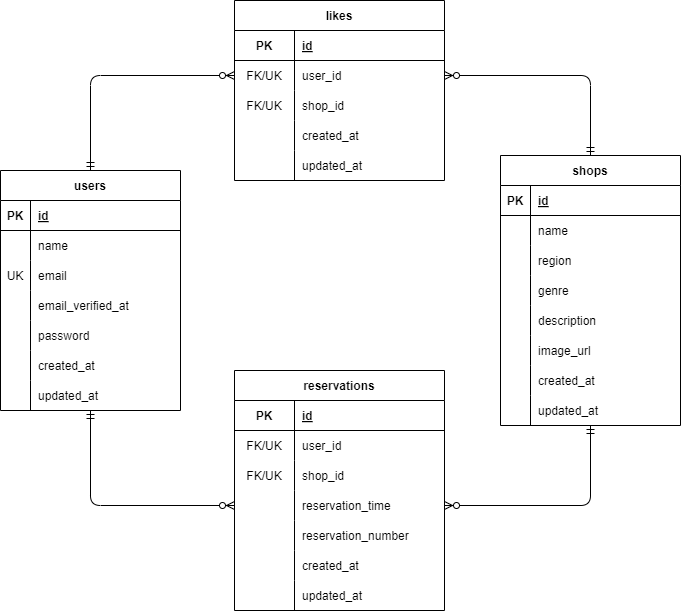
This is ER.png from fukuda983667/Rese-front, a draw.io export, as it was before one commit. Source tidied: cells renumbered, new cells last; positions are measured from the earlier drawing's top-left corner, leaving out a move shared by most shapes.
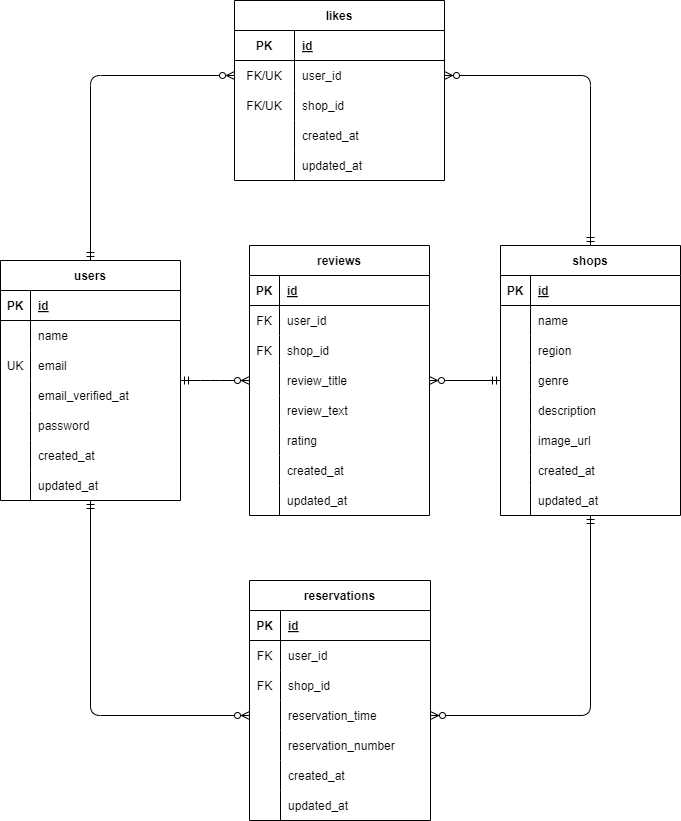
Later version of the same file.

The edit, as a diff of the source:
```diff
@@ -78,7 +78,7 @@
       <mxGeometry x="30" width="150" height="30" as="geometry" />
     </mxCell>
     <mxCell id="27" value="likes" style="shape=table;startSize=30;rowLines=0;fontStyle=1;align=center;" parent="1" vertex="1">
-      <mxGeometry x="234" width="210" height="180" as="geometry" />
+      <mxGeometry x="234" y="-90" width="210" height="180" as="geometry" />
     </mxCell>
     <mxCell id="28" style="shape=tableRow;horizontal=0;startSize=0;swimlaneHead=0;swimlaneBody=0;fillColor=none;top=0;left=0;right=0;bottom=1;" parent="27" vertex="1">
       <mxGeometry y="30" width="210" height="30" as="geometry" />
@@ -192,89 +192,89 @@
       <mxGeometry x="30" width="150" height="30" as="geometry" />
     </mxCell>
     <mxCell id="65" value="reservations" style="shape=table;startSize=30;rowLines=0;fontStyle=1;align=center;" parent="1" vertex="1">
-      <mxGeometry x="234" y="370" width="210" height="240" as="geometry" />
+      <mxGeometry x="249" y="490" width="181" height="240" as="geometry" />
     </mxCell>
     <mxCell id="66" style="shape=tableRow;horizontal=0;startSize=0;swimlaneHead=0;swimlaneBody=0;fillColor=none;top=0;left=0;right=0;bottom=1;" parent="65" vertex="1">
-      <mxGeometry y="30" width="210" height="30" as="geometry" />
+      <mxGeometry y="30" width="181" height="30" as="geometry" />
     </mxCell>
     <mxCell id="67" value="PK" style="shape=partialRectangle;fillColor=none;top=0;left=0;bottom=0;right=0;fontStyle=1;overflow=hidden;" parent="66" vertex="1">
-      <mxGeometry width="60" height="30" as="geometry" />
+      <mxGeometry width="31" height="30" as="geometry" />
     </mxCell>
     <mxCell id="68" value="id" style="shape=partialRectangle;fillColor=none;top=0;left=0;bottom=0;right=0;align=left;spacingLeft=6;fontStyle=5;overflow=hidden;" parent="66" vertex="1">
-      <mxGeometry x="60" width="150" height="30" as="geometry" />
+      <mxGeometry x="31" width="150" height="30" as="geometry" />
     </mxCell>
     <mxCell id="69" style="shape=tableRow;horizontal=0;startSize=0;swimlaneHead=0;swimlaneBody=0;fillColor=none;top=0;left=0;right=0;bottom=0;" parent="65" vertex="1">
-      <mxGeometry y="60" width="210" height="30" as="geometry" />
+      <mxGeometry y="60" width="181" height="30" as="geometry" />
     </mxCell>
-    <mxCell id="70" value="FK/UK" style="shape=partialRectangle;fillColor=none;top=0;left=0;bottom=0;right=0;overflow=hidden;fontSize=12;" parent="69" vertex="1">
-      <mxGeometry width="60" height="30" as="geometry" />
+    <mxCell id="70" value="FK" style="shape=partialRectangle;fillColor=none;top=0;left=0;bottom=0;right=0;overflow=hidden;fontSize=12;" parent="69" vertex="1">
+      <mxGeometry width="31" height="30" as="geometry" />
     </mxCell>
     <mxCell id="71" value="user_id" style="shape=partialRectangle;fillColor=none;top=0;left=0;bottom=0;right=0;align=left;spacingLeft=6;overflow=hidden;" parent="69" vertex="1">
-      <mxGeometry x="60" width="150" height="30" as="geometry" />
+      <mxGeometry x="31" width="150" height="30" as="geometry" />
     </mxCell>
     <mxCell id="72" style="shape=tableRow;horizontal=0;startSize=0;swimlaneHead=0;swimlaneBody=0;fillColor=none;top=0;left=0;right=0;bottom=0;" parent="65" vertex="1">
-      <mxGeometry y="90" width="210" height="30" as="geometry" />
+      <mxGeometry y="90" width="181" height="30" as="geometry" />
     </mxCell>
-    <mxCell id="73" value="FK/UK" style="shape=partialRectangle;fillColor=none;top=0;left=0;bottom=0;right=0;overflow=hidden;fontSize=12;" parent="72" vertex="1">
-      <mxGeometry width="60" height="30" as="geometry" />
+    <mxCell id="73" value="FK" style="shape=partialRectangle;fillColor=none;top=0;left=0;bottom=0;right=0;overflow=hidden;fontSize=12;" parent="72" vertex="1">
+      <mxGeometry width="31" height="30" as="geometry" />
     </mxCell>
     <mxCell id="74" value="shop_id" style="shape=partialRectangle;fillColor=none;top=0;left=0;bottom=0;right=0;align=left;spacingLeft=6;overflow=hidden;" parent="72" vertex="1">
-      <mxGeometry x="60" width="150" height="30" as="geometry" />
+      <mxGeometry x="31" width="150" height="30" as="geometry" />
     </mxCell>
     <mxCell id="75" style="shape=tableRow;horizontal=0;startSize=0;swimlaneHead=0;swimlaneBody=0;fillColor=none;points=[[0,0.5],[1,0.5]];portConstraint=eastwest;top=0;left=0;right=0;bottom=0;" parent="65" vertex="1">
-      <mxGeometry y="120" width="210" height="30" as="geometry" />
+      <mxGeometry y="120" width="181" height="30" as="geometry" />
     </mxCell>
     <mxCell id="76" style="shape=partialRectangle;fillColor=none;top=0;left=0;bottom=0;right=0;overflow=hidden;fontSize=8;" parent="75" vertex="1">
-      <mxGeometry width="60" height="30" as="geometry" />
+      <mxGeometry width="31" height="30" as="geometry" />
     </mxCell>
     <mxCell id="77" value="reservation_time" style="shape=partialRectangle;fillColor=none;top=0;left=0;bottom=0;right=0;align=left;spacingLeft=6;overflow=hidden;" parent="75" vertex="1">
-      <mxGeometry x="60" width="150" height="30" as="geometry" />
+      <mxGeometry x="31" width="150" height="30" as="geometry" />
     </mxCell>
     <mxCell id="78" style="shape=tableRow;horizontal=0;startSize=0;swimlaneHead=0;swimlaneBody=0;fillColor=none;top=0;left=0;right=0;bottom=0;" parent="65" vertex="1">
-      <mxGeometry y="150" width="210" height="30" as="geometry" />
+      <mxGeometry y="150" width="181" height="30" as="geometry" />
     </mxCell>
     <mxCell id="79" style="shape=partialRectangle;fillColor=none;top=0;left=0;bottom=0;right=0;overflow=hidden;fontSize=8;" parent="78" vertex="1">
-      <mxGeometry width="60" height="30" as="geometry" />
+      <mxGeometry width="31" height="30" as="geometry" />
     </mxCell>
     <mxCell id="80" value="reservation_number" style="shape=partialRectangle;fillColor=none;top=0;left=0;bottom=0;right=0;align=left;spacingLeft=6;overflow=hidden;" parent="78" vertex="1">
-      <mxGeometry x="60" width="150" height="30" as="geometry" />
+      <mxGeometry x="31" width="150" height="30" as="geometry" />
     </mxCell>
     <mxCell id="81" style="shape=tableRow;horizontal=0;startSize=0;swimlaneHead=0;swimlaneBody=0;fillColor=none;top=0;left=0;right=0;bottom=0;" parent="65" vertex="1">
-      <mxGeometry y="180" width="210" height="30" as="geometry" />
+      <mxGeometry y="180" width="181" height="30" as="geometry" />
     </mxCell>
     <mxCell id="82" style="shape=partialRectangle;fillColor=none;top=0;left=0;bottom=0;right=0;overflow=hidden;" parent="81" vertex="1">
-      <mxGeometry width="60" height="30" as="geometry" />
+      <mxGeometry width="31" height="30" as="geometry" />
     </mxCell>
     <mxCell id="83" value="created_at" style="shape=partialRectangle;fillColor=none;top=0;left=0;bottom=0;right=0;align=left;spacingLeft=6;overflow=hidden;" parent="81" vertex="1">
-      <mxGeometry x="60" width="150" height="30" as="geometry" />
+      <mxGeometry x="31" width="150" height="30" as="geometry" />
     </mxCell>
     <mxCell id="84" style="shape=tableRow;horizontal=0;startSize=0;swimlaneHead=0;swimlaneBody=0;fillColor=none;top=0;left=0;right=0;bottom=0;" parent="65" vertex="1">
-      <mxGeometry y="210" width="210" height="30" as="geometry" />
+      <mxGeometry y="210" width="181" height="30" as="geometry" />
     </mxCell>
     <mxCell id="85" style="shape=partialRectangle;fillColor=none;top=0;left=0;bottom=0;right=0;overflow=hidden;" parent="84" vertex="1">
-      <mxGeometry width="60" height="30" as="geometry" />
+      <mxGeometry width="31" height="30" as="geometry" />
     </mxCell>
     <mxCell id="86" value="updated_at" style="shape=partialRectangle;fillColor=none;top=0;left=0;bottom=0;right=0;align=left;spacingLeft=6;overflow=hidden;" parent="84" vertex="1">
-      <mxGeometry x="60" width="150" height="30" as="geometry" />
+      <mxGeometry x="31" width="150" height="30" as="geometry" />
     </mxCell>
     <mxCell id="87" style="fontSize=12;html=1;endArrow=ERzeroToMany;startArrow=ERmandOne;elbow=vertical;entryX=0;entryY=0.5;entryDx=0;entryDy=0;exitX=0.5;exitY=0;exitDx=0;exitDy=0;" parent="1" edge="1" source="43" target="31">
       <mxGeometry relative="1" as="geometry">
         <Array as="points">
-          <mxPoint x="90" y="75" />
+          <mxPoint x="90" y="-15" />
         </Array>
       </mxGeometry>
     </mxCell>
     <mxCell id="88" style="fontSize=12;html=1;endArrow=ERzeroToMany;startArrow=ERmandOne;elbow=vertical;entryX=1;entryY=0.5;entryDx=0;entryDy=0;exitX=0.5;exitY=0;exitDx=0;exitDy=0;" parent="1" edge="1" source="2" target="31">
       <mxGeometry relative="1" as="geometry">
         <Array as="points">
-          <mxPoint x="590" y="75" />
+          <mxPoint x="590" y="-15" />
         </Array>
       </mxGeometry>
     </mxCell>
     <mxCell id="89" style="fontSize=12;html=1;endArrow=ERzeroToMany;startArrow=ERmandOne;elbow=vertical;entryX=1;entryY=0.5;entryDx=0;entryDy=0;" parent="1" edge="1" source="24" target="75">
       <mxGeometry relative="1" as="geometry">
         <Array as="points">
-          <mxPoint x="590" y="505" />
+          <mxPoint x="590" y="625" />
         </Array>
       </mxGeometry>
     </mxCell>
@@ -282,9 +282,95 @@
       <mxGeometry relative="1" as="geometry">
         <mxPoint x="90" y="410" as="sourcePoint" />
         <Array as="points">
-          <mxPoint x="90" y="505" />
+          <mxPoint x="90" y="625" />
         </Array>
       </mxGeometry>
     </mxCell>
+    <mxCell id="91" value="reviews" style="shape=table;startSize=30;rowLines=0;fontStyle=1;align=center;" parent="1" vertex="1">
+      <mxGeometry x="249" y="155" width="180" height="270" as="geometry" />
+    </mxCell>
+    <mxCell id="92" style="shape=tableRow;horizontal=0;startSize=0;swimlaneHead=0;swimlaneBody=0;fillColor=none;top=0;left=0;right=0;bottom=1;" parent="91" vertex="1">
+      <mxGeometry y="30" width="180" height="30" as="geometry" />
+    </mxCell>
+    <mxCell id="93" value="PK" style="shape=partialRectangle;fillColor=none;top=0;left=0;bottom=0;right=0;fontStyle=1;overflow=hidden;" parent="92" vertex="1">
+      <mxGeometry width="30" height="30" as="geometry" />
+    </mxCell>
+    <mxCell id="94" value="id" style="shape=partialRectangle;fillColor=none;top=0;left=0;bottom=0;right=0;align=left;spacingLeft=6;fontStyle=5;overflow=hidden;" parent="92" vertex="1">
+      <mxGeometry x="30" width="150" height="30" as="geometry" />
+    </mxCell>
+    <mxCell id="95" style="shape=tableRow;horizontal=0;startSize=0;swimlaneHead=0;swimlaneBody=0;fillColor=none;top=0;left=0;right=0;bottom=0;" parent="91" vertex="1">
+      <mxGeometry y="60" width="180" height="30" as="geometry" />
+    </mxCell>
+    <mxCell id="96" value="FK" style="shape=partialRectangle;fillColor=none;top=0;left=0;bottom=0;right=0;overflow=hidden;" parent="95" vertex="1">
+      <mxGeometry width="30" height="30" as="geometry" />
+    </mxCell>
+    <mxCell id="97" value="user_id" style="shape=partialRectangle;fillColor=none;top=0;left=0;bottom=0;right=0;align=left;spacingLeft=6;overflow=hidden;" parent="95" vertex="1">
+      <mxGeometry x="30" width="150" height="30" as="geometry" />
+    </mxCell>
+    <mxCell id="98" style="shape=tableRow;horizontal=0;startSize=0;swimlaneHead=0;swimlaneBody=0;fillColor=none;top=0;left=0;right=0;bottom=0;" parent="91" vertex="1">
+      <mxGeometry y="90" width="180" height="30" as="geometry" />
+    </mxCell>
+    <mxCell id="99" value="FK" style="shape=partialRectangle;fillColor=none;top=0;left=0;bottom=0;right=0;overflow=hidden;" parent="98" vertex="1">
+      <mxGeometry width="30" height="30" as="geometry" />
+    </mxCell>
+    <mxCell id="100" value="shop_id" style="shape=partialRectangle;fillColor=none;top=0;left=0;bottom=0;right=0;align=left;spacingLeft=6;overflow=hidden;" parent="98" vertex="1">
+      <mxGeometry x="30" width="150" height="30" as="geometry" />
+    </mxCell>
+    <mxCell id="101" style="shape=tableRow;horizontal=0;startSize=0;swimlaneHead=0;swimlaneBody=0;fillColor=none;points=[[0,0.5],[1,0.5]];portConstraint=eastwest;top=0;left=0;right=0;bottom=0;" parent="91" vertex="1">
+      <mxGeometry y="120" width="180" height="30" as="geometry" />
+    </mxCell>
+    <mxCell id="102" style="shape=partialRectangle;fillColor=none;top=0;left=0;bottom=0;right=0;overflow=hidden;" parent="101" vertex="1">
+      <mxGeometry width="30" height="30" as="geometry" />
+    </mxCell>
+    <mxCell id="103" value="review_title" style="shape=partialRectangle;fillColor=none;top=0;left=0;bottom=0;right=0;align=left;spacingLeft=6;overflow=hidden;" parent="101" vertex="1">
+      <mxGeometry x="30" width="150" height="30" as="geometry" />
+    </mxCell>
+    <mxCell id="104" style="shape=tableRow;horizontal=0;startSize=0;swimlaneHead=0;swimlaneBody=0;fillColor=none;top=0;left=0;right=0;bottom=0;" parent="91" vertex="1">
+      <mxGeometry y="150" width="180" height="30" as="geometry" />
+    </mxCell>
+    <mxCell id="105" style="shape=partialRectangle;fillColor=none;top=0;left=0;bottom=0;right=0;overflow=hidden;" parent="104" vertex="1">
+      <mxGeometry width="30" height="30" as="geometry" />
+    </mxCell>
+    <mxCell id="106" value="review_text" style="shape=partialRectangle;fillColor=none;top=0;left=0;bottom=0;right=0;align=left;spacingLeft=6;overflow=hidden;" parent="104" vertex="1">
+      <mxGeometry x="30" width="150" height="30" as="geometry" />
+    </mxCell>
+    <mxCell id="107" style="shape=tableRow;horizontal=0;startSize=0;swimlaneHead=0;swimlaneBody=0;fillColor=none;top=0;left=0;right=0;bottom=0;" parent="91" vertex="1">
+      <mxGeometry y="180" width="180" height="30" as="geometry" />
+    </mxCell>
+    <mxCell id="108" style="shape=partialRectangle;fillColor=none;top=0;left=0;bottom=0;right=0;overflow=hidden;" parent="107" vertex="1">
+      <mxGeometry width="30" height="30" as="geometry" />
+    </mxCell>
+    <mxCell id="109" value="rating" style="shape=partialRectangle;fillColor=none;top=0;left=0;bottom=0;right=0;align=left;spacingLeft=6;overflow=hidden;" parent="107" vertex="1">
+      <mxGeometry x="30" width="150" height="30" as="geometry" />
+    </mxCell>
+    <mxCell id="110" style="shape=tableRow;horizontal=0;startSize=0;swimlaneHead=0;swimlaneBody=0;fillColor=none;top=0;left=0;right=0;bottom=0;" parent="91" vertex="1">
+      <mxGeometry y="210" width="180" height="30" as="geometry" />
+    </mxCell>
+    <mxCell id="111" style="shape=partialRectangle;fillColor=none;top=0;left=0;bottom=0;right=0;overflow=hidden;" parent="110" vertex="1">
+      <mxGeometry width="30" height="30" as="geometry" />
+    </mxCell>
+    <mxCell id="112" value="created_at" style="shape=partialRectangle;fillColor=none;top=0;left=0;bottom=0;right=0;align=left;spacingLeft=6;overflow=hidden;" parent="110" vertex="1">
+      <mxGeometry x="30" width="150" height="30" as="geometry" />
+    </mxCell>
+    <mxCell id="113" style="shape=tableRow;horizontal=0;startSize=0;swimlaneHead=0;swimlaneBody=0;fillColor=none;top=0;left=0;right=0;bottom=0;" parent="91" vertex="1">
+      <mxGeometry y="240" width="180" height="30" as="geometry" />
+    </mxCell>
+    <mxCell id="114" style="shape=partialRectangle;fillColor=none;top=0;left=0;bottom=0;right=0;overflow=hidden;" parent="113" vertex="1">
+      <mxGeometry width="30" height="30" as="geometry" />
+    </mxCell>
+    <mxCell id="115" value="updated_at" style="shape=partialRectangle;fillColor=none;top=0;left=0;bottom=0;right=0;align=left;spacingLeft=6;overflow=hidden;" parent="113" vertex="1">
+      <mxGeometry x="30" width="150" height="30" as="geometry" />
+    </mxCell>
+    <mxCell id="116" style="fontSize=12;html=1;endArrow=ERzeroToMany;startArrow=ERmandOne;elbow=vertical;entryX=0;entryY=0.5;entryDx=0;entryDy=0;" parent="1" edge="1" target="101">
+      <mxGeometry relative="1" as="geometry">
+        <mxPoint x="180" y="290" as="sourcePoint" />
+        <Array as="points">
+          <mxPoint x="210" y="290" />
+        </Array>
+      </mxGeometry>
+    </mxCell>
+    <mxCell id="117" style="fontSize=12;html=1;endArrow=ERzeroToMany;startArrow=ERmandOne;elbow=vertical;entryX=1;entryY=0.5;entryDx=0;entryDy=0;exitX=0;exitY=0.5;exitDx=0;exitDy=0;" parent="1" edge="1" source="12" target="101">
+      <mxGeometry relative="1" as="geometry" />
+    </mxCell>
   </root>
 </mxGraphModel>
```
